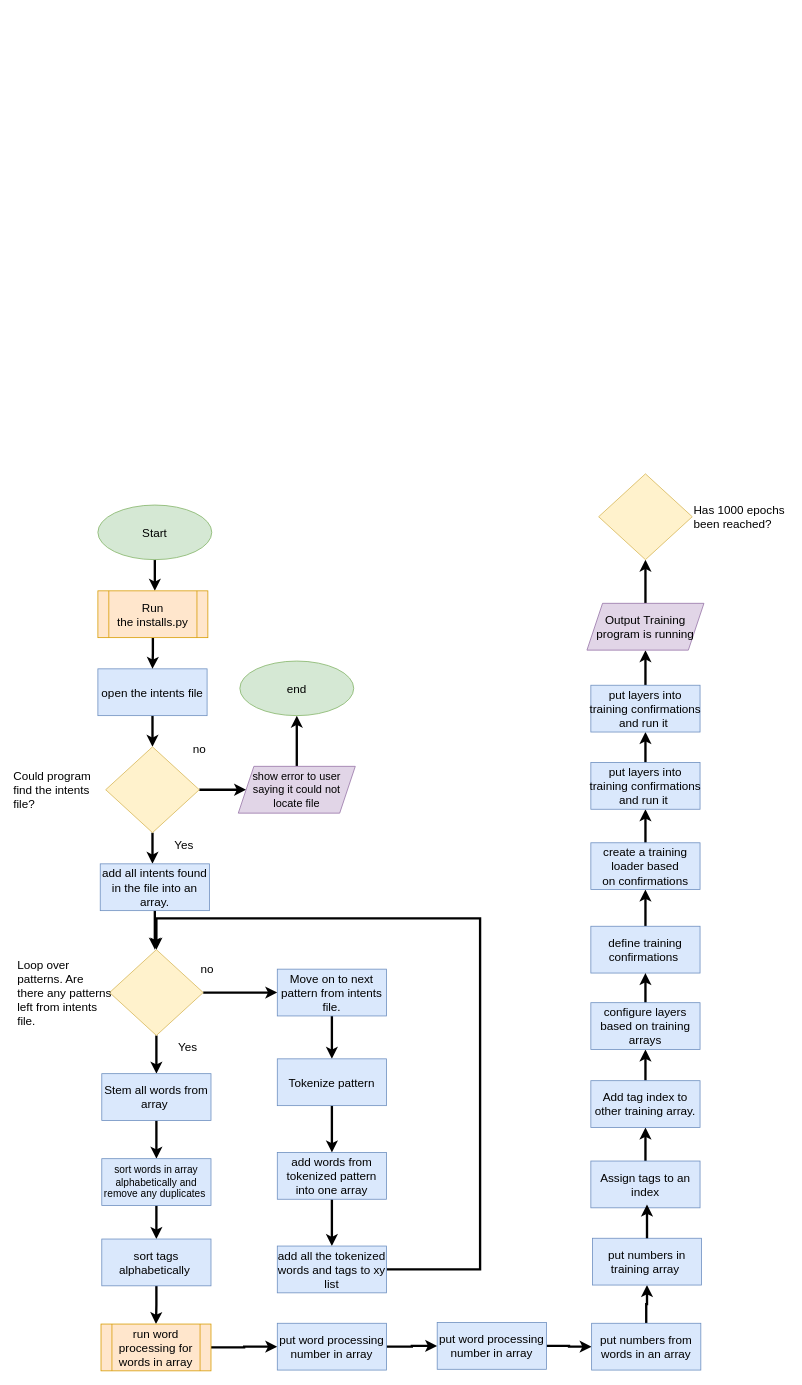
LilieStead/ElevateChatBot keeps this draw.io diagram as design docs/training script flowchart .drawio. Above is the earlier version. Source tidied: cells renumbered, new cells numbered last; positions are measured from the earlier drawing's top-left corner, leaving out a move shared by most shapes. Both pictures are drawn from the tidied source at 78%, with x=0, y=0 at pixel (98, 473).
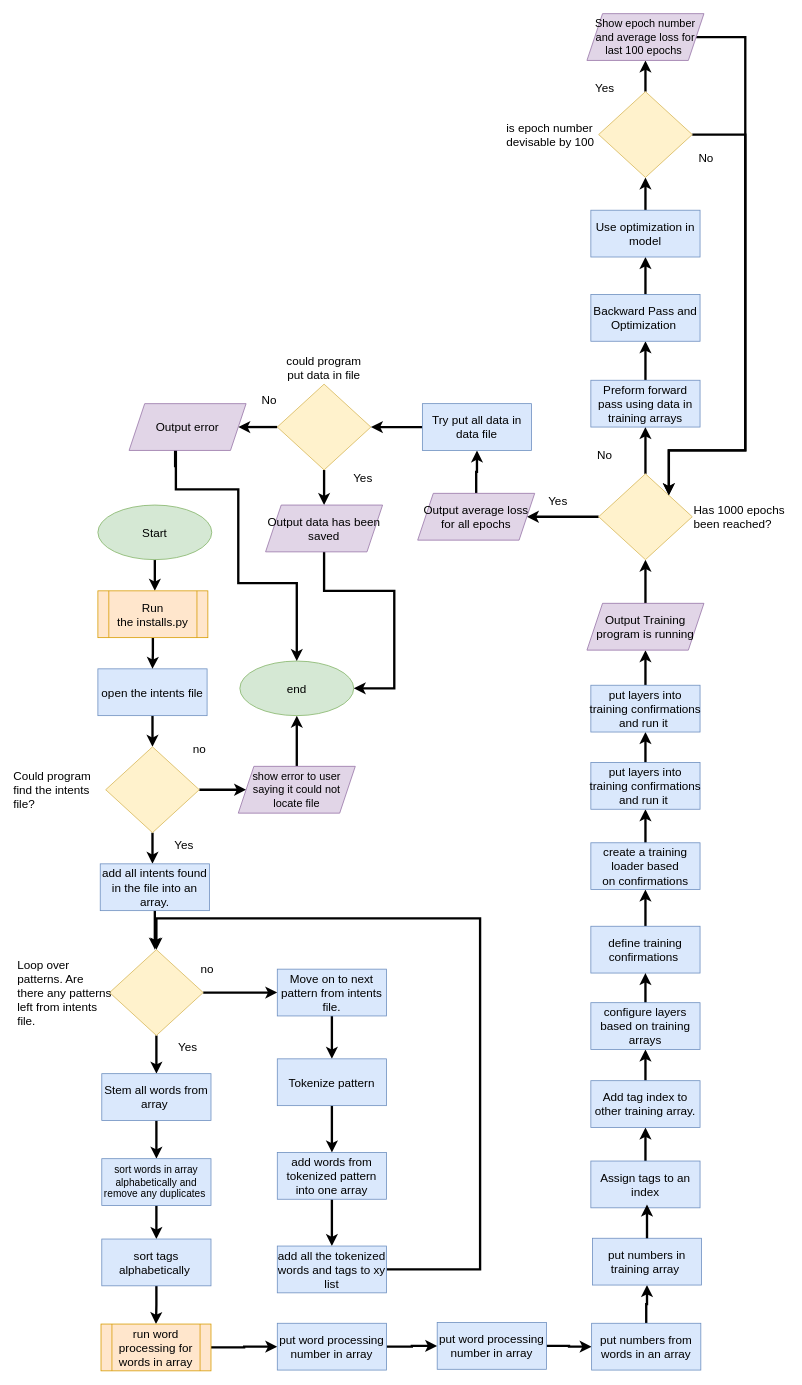
The same diagram, later.

The change refers to these unchanged cells:
```xml
<mxCell id="14" value="&lt;span style=&quot;font-size: 15px;&quot;&gt;end&lt;/span&gt;" style="ellipse;whiteSpace=wrap;html=1;fillColor=#d5e8d4;strokeColor=#82b366;" parent="1" vertex="1">
  <mxGeometry x="182" y="240" width="146" height="70" as="geometry" />
</mxCell>
<mxCell id="63" value="&lt;span style=&quot;font-size: 15px;&quot;&gt;Has 1000 epochs been reached?&lt;/span&gt;" style="rhombus;whiteSpace=wrap;html=1;rounded=0;strokeColor=#d6b656;align=left;verticalAlign=middle;fontFamily=Helvetica;fontSize=12;fillColor=#fff2cc;labelPosition=right;verticalLabelPosition=middle;" parent="1" vertex="1">
  <mxGeometry x="642" width="120" height="110" as="geometry" />
</mxCell>
```

Diff of the diagram source:
```diff
@@
+    <mxCell id="64" style="edgeStyle=orthogonalEdgeStyle;rounded=0;jettySize=auto;html=1;strokeWidth=3;" parent="1" edge="1" source="63" target="67">
+      <mxGeometry relative="1" as="geometry" />
+    </mxCell>
+    <mxCell id="65" style="edgeStyle=orthogonalEdgeStyle;rounded=0;jettySize=auto;html=1;strokeColor=default;strokeWidth=3;align=center;verticalAlign=middle;fontFamily=Helvetica;fontSize=11;fontColor=default;labelBackgroundColor=default;endArrow=classic;" parent="1" edge="1" source="63" target="81">
+      <mxGeometry relative="1" as="geometry" />
+    </mxCell>
@@
+    <mxCell id="66" style="edgeStyle=orthogonalEdgeStyle;rounded=0;jettySize=auto;html=1;strokeWidth=3;" parent="1" edge="1" source="67" target="69">
+      <mxGeometry relative="1" as="geometry" />
+    </mxCell>
+    <mxCell id="67" value="&lt;span style=&quot;font-size: 15px;&quot;&gt;Preform forward pass using data in training arrays&lt;/span&gt;" style="rounded=0;whiteSpace=wrap;html=1;fillColor=#dae8fc;strokeColor=#6c8ebf;" parent="1" vertex="1">
+      <mxGeometry x="632" y="-120" width="140" height="60" as="geometry" />
+    </mxCell>
+    <mxCell id="68" style="edgeStyle=orthogonalEdgeStyle;rounded=0;jettySize=auto;html=1;strokeWidth=3;" parent="1" edge="1" source="69" target="71">
+      <mxGeometry relative="1" as="geometry" />
+    </mxCell>
+    <mxCell id="69" value="&lt;span style=&quot;font-size: 15px;&quot;&gt;Backward Pass and Optimization&amp;nbsp;&lt;/span&gt;" style="rounded=0;whiteSpace=wrap;html=1;fillColor=#dae8fc;strokeColor=#6c8ebf;" parent="1" vertex="1">
+      <mxGeometry x="632" y="-230" width="140" height="60" as="geometry" />
+    </mxCell>
+    <mxCell id="70" style="edgeStyle=orthogonalEdgeStyle;rounded=0;jettySize=auto;html=1;strokeColor=default;strokeWidth=3;align=center;verticalAlign=middle;fontFamily=Helvetica;fontSize=11;fontColor=default;labelBackgroundColor=default;endArrow=classic;" parent="1" edge="1" source="71" target="75">
+      <mxGeometry relative="1" as="geometry" />
+    </mxCell>
+    <mxCell id="71" value="&lt;span style=&quot;font-size: 15px;&quot;&gt;Use optimization in model&lt;/span&gt;" style="rounded=0;whiteSpace=wrap;html=1;fillColor=#dae8fc;strokeColor=#6c8ebf;" parent="1" vertex="1">
+      <mxGeometry x="632" y="-338" width="140" height="60" as="geometry" />
+    </mxCell>
+    <mxCell id="72" value="&lt;font style=&quot;font-size: 15px;&quot;&gt;No&lt;/font&gt;" style="text;html=1;align=center;verticalAlign=middle;whiteSpace=wrap;rounded=0;fontFamily=Helvetica;fontSize=11;fontColor=default;labelBackgroundColor=default;" parent="1" vertex="1">
+      <mxGeometry x="620" y="-40" width="60" height="30" as="geometry" />
+    </mxCell>
+    <mxCell id="73" style="edgeStyle=orthogonalEdgeStyle;rounded=0;jettySize=auto;html=1;entryX=1;entryY=0;entryDx=0;entryDy=0;strokeColor=default;strokeWidth=3;align=center;verticalAlign=middle;fontFamily=Helvetica;fontSize=11;fontColor=default;labelBackgroundColor=default;endArrow=classic;" parent="1" edge="1" source="75" target="63">
+      <mxGeometry relative="1" as="geometry">
+        <Array as="points">
+          <mxPoint x="830" y="-435" />
+          <mxPoint x="830" y="-30" />
+          <mxPoint x="732" y="-30" />
+        </Array>
+      </mxGeometry>
+    </mxCell>
+    <mxCell id="74" style="edgeStyle=orthogonalEdgeStyle;rounded=0;jettySize=auto;html=1;strokeColor=default;strokeWidth=3;align=center;verticalAlign=middle;fontFamily=Helvetica;fontSize=11;fontColor=default;labelBackgroundColor=default;endArrow=classic;" parent="1" edge="1" source="75" target="78">
+      <mxGeometry relative="1" as="geometry" />
+    </mxCell>
+    <mxCell id="75" value="&lt;span style=&quot;font-size: 15px;&quot;&gt;is epoch number devisable by 100&amp;nbsp;&lt;/span&gt;" style="rhombus;whiteSpace=wrap;html=1;rounded=0;strokeColor=#d6b656;align=left;verticalAlign=middle;fontFamily=Helvetica;fontSize=12;fillColor=#fff2cc;labelPosition=left;verticalLabelPosition=middle;" parent="1" vertex="1">
+      <mxGeometry x="642" y="-490" width="120" height="110" as="geometry" />
+    </mxCell>
+    <mxCell id="76" value="&lt;font style=&quot;font-size: 15px;&quot;&gt;No&lt;/font&gt;" style="text;html=1;align=center;verticalAlign=middle;whiteSpace=wrap;rounded=0;fontFamily=Helvetica;fontSize=11;fontColor=default;labelBackgroundColor=default;" parent="1" vertex="1">
+      <mxGeometry x="750" y="-420" width="60" height="30" as="geometry" />
+    </mxCell>
+    <mxCell id="77" style="edgeStyle=orthogonalEdgeStyle;rounded=0;jettySize=auto;html=1;entryX=1;entryY=0;entryDx=0;entryDy=0;strokeColor=default;strokeWidth=3;align=center;verticalAlign=middle;fontFamily=Helvetica;fontSize=11;fontColor=default;labelBackgroundColor=default;endArrow=classic;" parent="1" edge="1" source="78" target="63">
+      <mxGeometry relative="1" as="geometry">
+        <Array as="points">
+          <mxPoint x="830" y="-560" />
+          <mxPoint x="830" y="-30" />
+          <mxPoint x="732" y="-30" />
+        </Array>
+      </mxGeometry>
+    </mxCell>
+    <mxCell id="78" value="&lt;span style=&quot;font-size: 14px;&quot;&gt;Show epoch number and average loss for last 100 epochs&amp;nbsp;&lt;/span&gt;" style="shape=parallelogram;perimeter=parallelogramPerimeter;whiteSpace=wrap;html=1;fixedSize=1;rounded=0;strokeColor=#9673a6;align=center;verticalAlign=middle;fontFamily=Helvetica;fontSize=12;fillColor=#e1d5e7;" parent="1" vertex="1">
+      <mxGeometry x="627" y="-590" width="150" height="60" as="geometry" />
+    </mxCell>
+    <mxCell id="79" value="&lt;span style=&quot;font-size: 15px;&quot;&gt;Yes&lt;/span&gt;" style="text;html=1;align=center;verticalAlign=middle;whiteSpace=wrap;rounded=0;fontFamily=Helvetica;fontSize=11;fontColor=default;labelBackgroundColor=default;" parent="1" vertex="1">
+      <mxGeometry x="620" y="-510" width="60" height="30" as="geometry" />
+    </mxCell>
+    <mxCell id="80" style="edgeStyle=orthogonalEdgeStyle;rounded=0;jettySize=auto;html=1;strokeColor=default;strokeWidth=3;align=center;verticalAlign=middle;fontFamily=Helvetica;fontSize=11;fontColor=default;labelBackgroundColor=default;endArrow=classic;" parent="1" edge="1" source="81" target="84">
+      <mxGeometry relative="1" as="geometry" />
+    </mxCell>
+    <mxCell id="81" value="&lt;span style=&quot;font-size: 15px;&quot;&gt;Output average loss for all epochs&lt;/span&gt;" style="shape=parallelogram;perimeter=parallelogramPerimeter;whiteSpace=wrap;html=1;fixedSize=1;rounded=0;strokeColor=#9673a6;align=center;verticalAlign=middle;fontFamily=Helvetica;fontSize=12;fillColor=#e1d5e7;" parent="1" vertex="1">
+      <mxGeometry x="410" y="25" width="150" height="60" as="geometry" />
+    </mxCell>
+    <mxCell id="82" value="&lt;span style=&quot;font-size: 15px;&quot;&gt;Yes&lt;/span&gt;" style="text;html=1;align=center;verticalAlign=middle;whiteSpace=wrap;rounded=0;fontFamily=Helvetica;fontSize=11;fontColor=default;labelBackgroundColor=default;" parent="1" vertex="1">
+      <mxGeometry x="560" y="20" width="60" height="30" as="geometry" />
+    </mxCell>
+    <mxCell id="83" style="edgeStyle=orthogonalEdgeStyle;rounded=0;jettySize=auto;html=1;strokeColor=default;strokeWidth=3;align=center;verticalAlign=middle;fontFamily=Helvetica;fontSize=11;fontColor=default;labelBackgroundColor=default;endArrow=classic;" parent="1" edge="1" source="84" target="87">
+      <mxGeometry relative="1" as="geometry" />
+    </mxCell>
+    <mxCell id="84" value="&lt;span style=&quot;font-size: 15px;&quot;&gt;Try put all data in data file&lt;/span&gt;" style="rounded=0;whiteSpace=wrap;html=1;fillColor=#dae8fc;strokeColor=#6c8ebf;" parent="1" vertex="1">
+      <mxGeometry x="416" y="-90" width="140" height="60" as="geometry" />
+    </mxCell>
+    <mxCell id="85" style="edgeStyle=orthogonalEdgeStyle;rounded=0;jettySize=auto;html=1;strokeColor=default;strokeWidth=3;align=center;verticalAlign=middle;fontFamily=Helvetica;fontSize=11;fontColor=default;labelBackgroundColor=default;endArrow=classic;" parent="1" edge="1" source="87" target="89">
+      <mxGeometry relative="1" as="geometry" />
+    </mxCell>
+    <mxCell id="86" style="edgeStyle=orthogonalEdgeStyle;rounded=0;jettySize=auto;html=1;strokeColor=default;strokeWidth=3;align=center;verticalAlign=middle;fontFamily=Helvetica;fontSize=11;fontColor=default;labelBackgroundColor=default;endArrow=classic;" parent="1" edge="1" source="87" target="91">
+      <mxGeometry relative="1" as="geometry" />
+    </mxCell>
+    <mxCell id="87" value="&lt;font style=&quot;font-size: 15px;&quot;&gt;could program put data in file&lt;/font&gt;" style="rhombus;whiteSpace=wrap;html=1;rounded=0;strokeColor=#d6b656;align=center;verticalAlign=bottom;fontFamily=Helvetica;fontSize=12;fillColor=#fff2cc;labelPosition=center;verticalLabelPosition=top;" parent="1" vertex="1">
+      <mxGeometry x="230" y="-115" width="120" height="110" as="geometry" />
+    </mxCell>
+    <mxCell id="88" style="edgeStyle=orthogonalEdgeStyle;rounded=0;jettySize=auto;html=1;strokeColor=default;strokeWidth=3;align=center;verticalAlign=middle;fontFamily=Helvetica;fontSize=11;fontColor=default;labelBackgroundColor=default;endArrow=classic;" parent="1" edge="1" target="14">
+      <mxGeometry relative="1" as="geometry">
+        <mxPoint x="100" y="-10" as="sourcePoint" />
+        <Array as="points">
+          <mxPoint x="99" y="-30" />
+          <mxPoint x="100" y="-30" />
+          <mxPoint x="100" y="20" />
+          <mxPoint x="180" y="20" />
+          <mxPoint x="180" y="140" />
+          <mxPoint x="255" y="140" />
+        </Array>
+      </mxGeometry>
+    </mxCell>
+    <mxCell id="89" value="&lt;span style=&quot;font-size: 15px;&quot;&gt;Output error&lt;/span&gt;" style="shape=parallelogram;perimeter=parallelogramPerimeter;whiteSpace=wrap;html=1;fixedSize=1;rounded=0;strokeColor=#9673a6;align=center;verticalAlign=middle;fontFamily=Helvetica;fontSize=12;fillColor=#e1d5e7;" parent="1" vertex="1">
+      <mxGeometry x="40" y="-90" width="150" height="60" as="geometry" />
+    </mxCell>
+    <mxCell id="90" style="edgeStyle=orthogonalEdgeStyle;rounded=0;jettySize=auto;html=1;entryX=1;entryY=0.5;entryDx=0;entryDy=0;strokeColor=default;strokeWidth=3;align=center;verticalAlign=middle;fontFamily=Helvetica;fontSize=11;fontColor=default;labelBackgroundColor=default;endArrow=classic;exitX=0.5;exitY=1;exitDx=0;exitDy=0;" parent="1" edge="1" source="91" target="14">
+      <mxGeometry relative="1" as="geometry">
+        <Array as="points">
+          <mxPoint x="290" y="150" />
+          <mxPoint x="380" y="150" />
+          <mxPoint x="380" y="275" />
+        </Array>
+      </mxGeometry>
+    </mxCell>
+    <mxCell id="91" value="&lt;span style=&quot;font-size: 15px;&quot;&gt;Output data has been saved&lt;/span&gt;" style="shape=parallelogram;perimeter=parallelogramPerimeter;whiteSpace=wrap;html=1;fixedSize=1;rounded=0;strokeColor=#9673a6;align=center;verticalAlign=middle;fontFamily=Helvetica;fontSize=12;fillColor=#e1d5e7;" parent="1" vertex="1">
+      <mxGeometry x="215" y="40" width="150" height="60" as="geometry" />
+    </mxCell>
+    <mxCell id="92" value="&lt;font style=&quot;font-size: 15px;&quot;&gt;No&lt;/font&gt;" style="text;html=1;align=center;verticalAlign=middle;whiteSpace=wrap;rounded=0;fontFamily=Helvetica;fontSize=11;fontColor=default;labelBackgroundColor=default;" parent="1" vertex="1">
+      <mxGeometry x="190" y="-110" width="60" height="30" as="geometry" />
+    </mxCell>
+    <mxCell id="93" value="&lt;span style=&quot;font-size: 15px;&quot;&gt;Yes&lt;/span&gt;" style="text;html=1;align=center;verticalAlign=middle;whiteSpace=wrap;rounded=0;fontFamily=Helvetica;fontSize=11;fontColor=default;labelBackgroundColor=default;" parent="1" vertex="1">
+      <mxGeometry x="310" y="-10" width="60" height="30" as="geometry" />
+    </mxCell>
```
